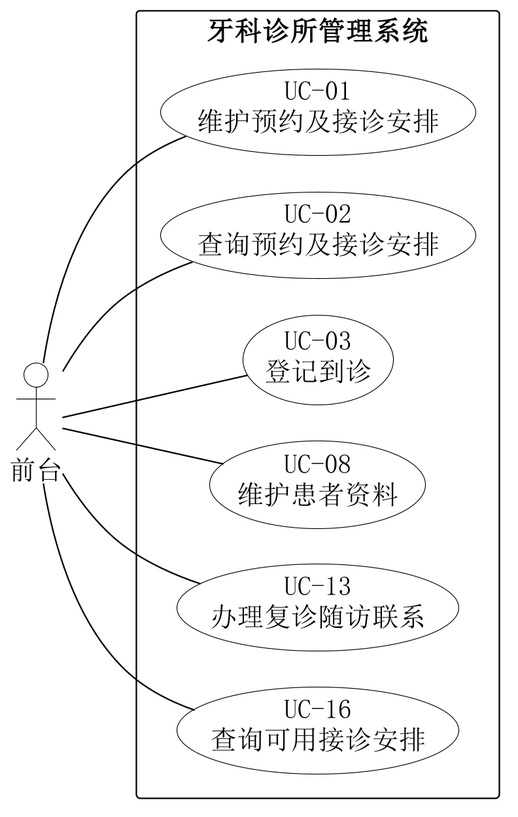
Shawmc-creator/systemAnalyseAndDesign keeps this PlantUML diagram as 01-需求文档/diagrams/07-system-use-case.png. Above is the earlier version. Source of this version:
```plantuml
@startuml
skinparam backgroundColor white
skinparam shadowing false
skinparam defaultFontName SimSun
skinparam defaultFontSize 18
skinparam dpi 220
skinparam ArrowColor black
skinparam nodesep 24
skinparam ranksep 65
skinparam actor {
 BorderColor black
 BackgroundColor white
}
skinparam usecase {
 BorderColor black
 BackgroundColor white
}
skinparam rectangle {
 BorderColor black
 BackgroundColor white
}
left to right direction
actor "前台" as A
rectangle "牙科诊所管理系统" {
 usecase "UC-01\n维护预约及接诊安排" as U1
 usecase "UC-02\n查询预约及接诊安排" as U2
 usecase "UC-03\n登记到诊" as U3
 usecase "UC-08\n维护患者资料" as U8
 usecase "UC-13\n办理复诊随访联系" as U13
 usecase "UC-16\n查询可用接诊安排" as U16
}
A -- U1
A -- U2
A -- U3
A -- U8
A -- U13
A -- U16
U1 -[hidden]left-> U2
U2 -[hidden]left-> U3
U3 -[hidden]left-> U8
U8 -[hidden]left-> U13
U13 -[hidden]left-> U16

@enduml
```
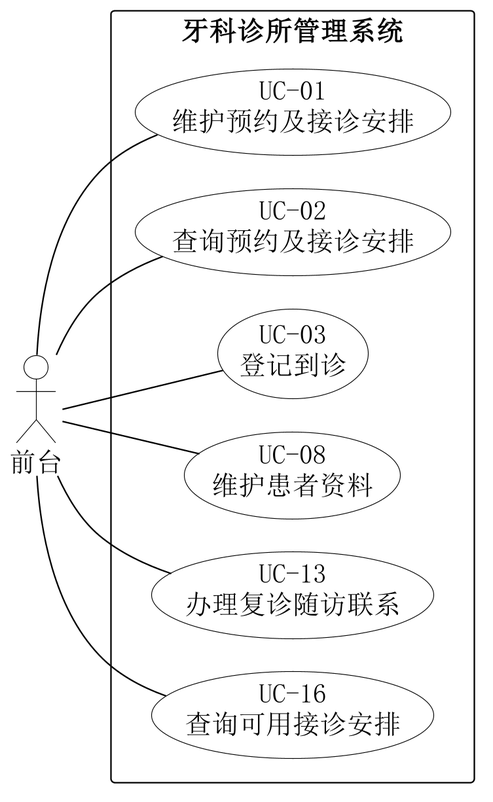
The same diagram one commit later.

What changed in the source:
```diff
@@ -5,8 +5,8 @@
 skinparam defaultFontSize 18
 skinparam dpi 220
 skinparam ArrowColor black
-skinparam nodesep 24
-skinparam ranksep 65
+skinparam nodesep 22
+skinparam ranksep 48
 skinparam actor {
  BorderColor black
  BackgroundColor white
@@ -35,10 +35,10 @@
 A -- U8
 A -- U13
 A -- U16
-U1 -[hidden]left-> U2
-U2 -[hidden]left-> U3
-U3 -[hidden]left-> U8
-U8 -[hidden]left-> U13
-U13 -[hidden]left-> U16
+U2 -[hidden]right-> U1
+U3 -[hidden]right-> U2
+U8 -[hidden]right-> U3
+U13 -[hidden]right-> U8
+U16 -[hidden]right-> U13
 
 @enduml
```
